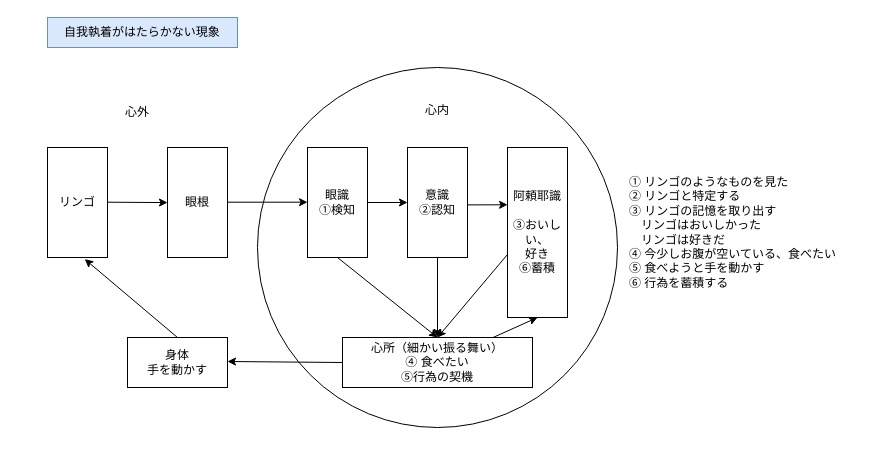
This is yuishiki_posi.drawio from YossyIto/booklog_drowio, a draw.io file, before an edit. Source tidied: cells renumbered, new cells numbered last; positions are measured from the earlier drawing's top-left corner, leaving out a move shared by most shapes. Both pictures are drawn from the tidied source at 100%, with x=0, y=0 at pixel (47, 17).
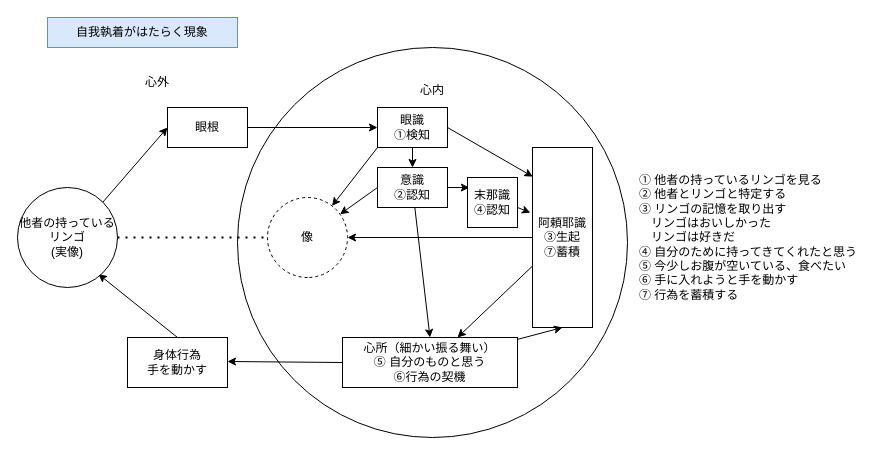
The same diagram, later.

Commit message:
yuishiki_posi.drawio を更新します

Change to the diagram source:
```diff
@@
-    <mxCell id="2" value="自我執着がはたらかない現象" style="text;html=1;align=center;verticalAlign=middle;whiteSpace=wrap;rounded=0;fillColor=#dae8fc;strokeColor=#6c8ebf;" parent="1" vertex="1">
+    <mxCell id="2" value="自我執着がはたらく現象" style="text;html=1;align=center;verticalAlign=middle;whiteSpace=wrap;rounded=0;fillColor=#dae8fc;strokeColor=#6c8ebf;" parent="1" vertex="1">
       <mxGeometry width="190" height="30" as="geometry" />
     </mxCell>
     <mxCell id="3" value="&lt;div&gt;&lt;br&gt;&lt;/div&gt;&lt;div&gt;&lt;br&gt;&lt;/div&gt;心内" style="ellipse;whiteSpace=wrap;html=1;verticalAlign=top;" parent="1" vertex="1">
-      <mxGeometry x="210" y="50" width="360" height="360" as="geometry" />
+      <mxGeometry x="190" y="30" width="390" height="390" as="geometry" />
     </mxCell>
-    <mxCell id="4" value="阿頼耶識&lt;div&gt;&lt;br&gt;&lt;div&gt;③おいしい、&lt;/div&gt;&lt;/div&gt;&lt;div&gt;好き&lt;/div&gt;&lt;div&gt;⑥蓄積&lt;/div&gt;" style="rounded=0;whiteSpace=wrap;html=1;" parent="1" vertex="1">
-      <mxGeometry x="460" y="130" width="60" height="170" as="geometry" />
+    <mxCell id="4" value="阿頼耶識&lt;div&gt;&lt;div&gt;③生起&lt;/div&gt;&lt;/div&gt;&lt;div&gt;⑦蓄積&lt;/div&gt;" style="rounded=0;whiteSpace=wrap;html=1;" parent="1" vertex="1">
+      <mxGeometry x="485" y="130" width="60" height="180" as="geometry" />
     </mxCell>
     <mxCell id="5" value="心外" style="text;html=1;align=center;verticalAlign=middle;whiteSpace=wrap;rounded=0;" parent="1" vertex="1">
-      <mxGeometry y="80" width="180" height="30" as="geometry" />
+      <mxGeometry x="50" y="50" width="120" height="30" as="geometry" />
     </mxCell>
     <mxCell id="6" value="眼識&lt;div&gt;①検知&lt;/div&gt;" style="rounded=0;whiteSpace=wrap;html=1;" parent="1" vertex="1">
-      <mxGeometry x="260" y="130" width="60" height="110" as="geometry" />
+      <mxGeometry x="330" y="90" width="70" height="40" as="geometry" />
     </mxCell>
-    <mxCell id="7" value="リンゴ" style="rounded=0;whiteSpace=wrap;html=1;" parent="1" vertex="1">
-      <mxGeometry y="130" width="60" height="110" as="geometry" />
-    </mxCell>
     <mxCell id="8" value="眼根" style="rounded=0;whiteSpace=wrap;html=1;" parent="1" vertex="1">
-      <mxGeometry x="120" y="130" width="60" height="110" as="geometry" />
+      <mxGeometry x="120" y="90" width="80" height="40" as="geometry" />
     </mxCell>
-    <mxCell id="9" style="endArrow=classic;html=1;rounded=0;" parent="1" edge="1">
-      <mxGeometry relative="1" as="geometry">
-        <mxPoint x="60" y="184.7" as="sourcePoint" />
-        <mxPoint x="120" y="185.1" as="targetPoint" />
-      </mxGeometry>
+    <mxCell id="9" style="endArrow=classic;html=1;rounded=0;exitX=1;exitY=0;exitDx=0;exitDy=0;entryX=0;entryY=0.5;entryDx=0;entryDy=0;" parent="1" edge="1" source="25" target="8">
+      <mxGeometry relative="1" as="geometry" />
     </mxCell>
-    <mxCell id="10" style="endArrow=classic;html=1;rounded=0;entryX=0;entryY=0.588;entryDx=0;entryDy=0;entryPerimeter=0;" parent="1" edge="1">
-      <mxGeometry relative="1" as="geometry">
-        <mxPoint x="180" y="184.7" as="sourcePoint" />
-        <mxPoint x="260" y="184.7" as="targetPoint" />
-      </mxGeometry>
+    <mxCell id="10" style="endArrow=classic;html=1;rounded=0;entryX=0;entryY=0.5;entryDx=0;entryDy=0;" parent="1" edge="1" source="8" target="6">
+      <mxGeometry relative="1" as="geometry" />
     </mxCell>
-    <mxCell id="11" style="endArrow=classic;html=1;rounded=0;entryX=0.001;entryY=0.337;entryDx=0;entryDy=0;exitX=1;exitY=0.25;exitDx=0;exitDy=0;entryPerimeter=0;" parent="1" edge="1" target="4">
-      <mxGeometry relative="1" as="geometry">
-        <mxPoint x="420.4" y="187.4" as="sourcePoint" />
-      </mxGeometry>
+    <mxCell id="11" style="endArrow=classic;html=1;rounded=0;exitX=1;exitY=0.5;exitDx=0;exitDy=0;entryX=0.037;entryY=0.202;entryDx=0;entryDy=0;entryPerimeter=0;" parent="1" edge="1" source="12" target="28">
+      <mxGeometry relative="1" as="geometry" />
     </mxCell>
     <mxCell id="12" value="意識&lt;div&gt;➁認知&lt;/div&gt;" style="rounded=0;whiteSpace=wrap;html=1;" parent="1" vertex="1">
-      <mxGeometry x="360" y="130" width="60" height="110" as="geometry" />
+      <mxGeometry x="330" y="150" width="70" height="40" as="geometry" />
     </mxCell>
-    <mxCell id="13" value="心所（細かい振る舞い）&lt;div&gt;④ 食べたい&lt;/div&gt;&lt;div&gt;⑤行為の契機&lt;/div&gt;" style="rounded=0;whiteSpace=wrap;html=1;" parent="1" vertex="1">
-      <mxGeometry x="295" y="320" width="190" height="50" as="geometry" />
+    <mxCell id="13" value="心所（細かい振る舞い）&lt;div&gt;⑤ 自分のものと思う&lt;/div&gt;&lt;div&gt;⑥行為の契機&lt;/div&gt;" style="rounded=0;whiteSpace=wrap;html=1;" parent="1" vertex="1">
+      <mxGeometry x="295" y="320" width="175" height="50" as="geometry" />
     </mxCell>
-    <mxCell id="14" style="endArrow=classic;html=1;rounded=0;entryX=0.5;entryY=0;entryDx=0;entryDy=0;exitX=0.5;exitY=1;exitDx=0;exitDy=0;" parent="1" edge="1" source="6" target="13">
+    <mxCell id="14" style="endArrow=classic;html=1;rounded=0;exitX=0.5;exitY=1;exitDx=0;exitDy=0;" parent="1" edge="1" source="6" target="12">
       <mxGeometry relative="1" as="geometry" />
     </mxCell>
-    <mxCell id="15" style="endArrow=classic;html=1;rounded=0;entryX=0;entryY=0.5;entryDx=0;entryDy=0;" parent="1" edge="1" target="12">
-      <mxGeometry relative="1" as="geometry">
-        <mxPoint x="320" y="185" as="sourcePoint" />
-      </mxGeometry>
+    <mxCell id="15" style="endArrow=classic;html=1;rounded=0;exitX=0;exitY=1;exitDx=0;exitDy=0;" parent="1" edge="1" source="6" target="23">
+      <mxGeometry relative="1" as="geometry" />
     </mxCell>
-    <mxCell id="16" style="endArrow=classic;html=1;rounded=0;exitX=-0.002;exitY=0.63;exitDx=0;exitDy=0;entryX=0.5;entryY=0;entryDx=0;entryDy=0;exitPerimeter=0;" parent="1" edge="1" source="4" target="13">
+    <mxCell id="16" style="endArrow=classic;html=1;rounded=0;exitX=0;exitY=0.5;exitDx=0;exitDy=0;entryX=0.5;entryY=0;entryDx=0;entryDy=0;" parent="1" edge="1" source="4" target="23">
       <mxGeometry relative="1" as="geometry" />
     </mxCell>
-    <mxCell id="17" value="① リンゴのようなものを見た&lt;div&gt;➁ リンゴと特定する&lt;/div&gt;&lt;div&gt;③ リンゴの記憶を取り出す&lt;/div&gt;&lt;div&gt;　リンゴはおいしかった&lt;/div&gt;&lt;div&gt;　リンゴは好きだ&lt;/div&gt;&lt;div&gt;④ 今少しお腹が空いている、食べたい&lt;/div&gt;&lt;div&gt;⑤ 食べようと手を動かす&lt;/div&gt;&lt;div&gt;⑥ 行為を蓄積する&lt;/div&gt;" style="text;html=1;align=left;verticalAlign=middle;whiteSpace=wrap;rounded=0;" parent="1" vertex="1">
-      <mxGeometry x="580" y="110" width="250" height="210" as="geometry" />
+    <mxCell id="17" value="① 他者の持っているリンゴを見る&lt;div&gt;➁ 他者とリンゴと特定する&lt;/div&gt;&lt;div&gt;③ リンゴの記憶を取り出す&lt;/div&gt;&lt;div&gt;　リンゴはおいしかった&lt;/div&gt;&lt;div&gt;　リンゴは好きだ&lt;/div&gt;&lt;div&gt;④ 自分のために持ってきてくれたと思う&lt;/div&gt;&lt;div&gt;⑤ 今少しお腹が空いている、食べたい&lt;/div&gt;&lt;div&gt;⑥ 手に入れようと手を動かす&lt;/div&gt;&lt;div&gt;⑦ 行為を蓄積する&lt;/div&gt;" style="text;html=1;align=left;verticalAlign=middle;whiteSpace=wrap;rounded=0;" parent="1" vertex="1">
+      <mxGeometry x="590" y="130" width="230" height="180" as="geometry" />
     </mxCell>
-    <mxCell id="18" style="endArrow=classic;html=1;rounded=0;exitX=0.5;exitY=1;exitDx=0;exitDy=0;" parent="1" edge="1" source="12" target="13">
+    <mxCell id="18" style="endArrow=classic;html=1;rounded=0;exitX=0;exitY=0.5;exitDx=0;exitDy=0;" parent="1" edge="1" source="12" target="23">
       <mxGeometry relative="1" as="geometry" />
     </mxCell>
@@
-    <mxCell id="20" value="身体&lt;div&gt;手を動かす&lt;/div&gt;" style="rounded=0;whiteSpace=wrap;html=1;" parent="1" vertex="1">
+    <mxCell id="20" value="身体行為&lt;div&gt;手を動かす&lt;/div&gt;" style="rounded=0;whiteSpace=wrap;html=1;" parent="1" vertex="1">
       <mxGeometry x="80" y="320" width="100" height="50" as="geometry" />
     </mxCell>
@@
-    <mxCell id="22" style="endArrow=classic;html=1;rounded=0;entryX=0.621;entryY=1.015;entryDx=0;entryDy=0;entryPerimeter=0;exitX=0.5;exitY=0;exitDx=0;exitDy=0;" parent="1" edge="1" source="20" target="7">
+    <mxCell id="22" style="endArrow=classic;html=1;rounded=0;entryX=0.809;entryY=0.866;entryDx=0;entryDy=0;entryPerimeter=0;exitX=0.5;exitY=0;exitDx=0;exitDy=0;" parent="1" edge="1" source="20" target="25">
       <mxGeometry relative="1" as="geometry" />
     </mxCell>
+    <mxCell id="23" value="像" style="ellipse;whiteSpace=wrap;html=1;dashed=1;direction=south;" parent="1" vertex="1">
+      <mxGeometry x="220" y="180" width="80" height="80" as="geometry" />
+    </mxCell>
+    <mxCell id="24" style="endArrow=classic;html=1;rounded=0;entryX=0.5;entryY=0;entryDx=0;entryDy=0;" parent="1" edge="1" source="12" target="13">
+      <mxGeometry relative="1" as="geometry" />
+    </mxCell>
+    <mxCell id="25" value="&lt;div&gt;他者の持っているリンゴ&lt;/div&gt;(実像)" style="ellipse;whiteSpace=wrap;html=1;" parent="1" vertex="1">
+      <mxGeometry x="-30" y="170" width="100" height="100" as="geometry" />
+    </mxCell>
+    <mxCell id="26" style="endArrow=none;dashed=1;html=1;dashPattern=1 3;strokeWidth=2;rounded=0;entryX=0.5;entryY=1;entryDx=0;entryDy=0;exitX=1;exitY=0.5;exitDx=0;exitDy=0;" parent="1" edge="1" source="25" target="23">
+      <mxGeometry relative="1" as="geometry" />
+    </mxCell>
+    <mxCell id="27" style="endArrow=classic;html=1;rounded=0;exitX=1;exitY=0.5;exitDx=0;exitDy=0;entryX=0.005;entryY=0.162;entryDx=0;entryDy=0;entryPerimeter=0;" parent="1" edge="1" source="6" target="4">
+      <mxGeometry relative="1" as="geometry" />
+    </mxCell>
+    <mxCell id="28" value="末那識&lt;div&gt;④認知&lt;/div&gt;" style="rounded=0;whiteSpace=wrap;html=1;" parent="1" vertex="1">
+      <mxGeometry x="420" y="160" width="50" height="50" as="geometry" />
+    </mxCell>
+    <mxCell id="29" style="endArrow=classic;html=1;rounded=0;exitX=1;exitY=0.5;exitDx=0;exitDy=0;entryX=-0.035;entryY=0.362;entryDx=0;entryDy=0;entryPerimeter=0;" parent="1" edge="1" target="4">
+      <mxGeometry relative="1" as="geometry">
+        <mxPoint x="470" y="190" as="sourcePoint" />
+      </mxGeometry>
+    </mxCell>
+    <mxCell id="30" style="endArrow=classic;html=1;rounded=0;entryX=0.657;entryY=0;entryDx=0;entryDy=0;entryPerimeter=0;" parent="1" edge="1" source="4" target="13">
+      <mxGeometry relative="1" as="geometry" />
+    </mxCell>
```
